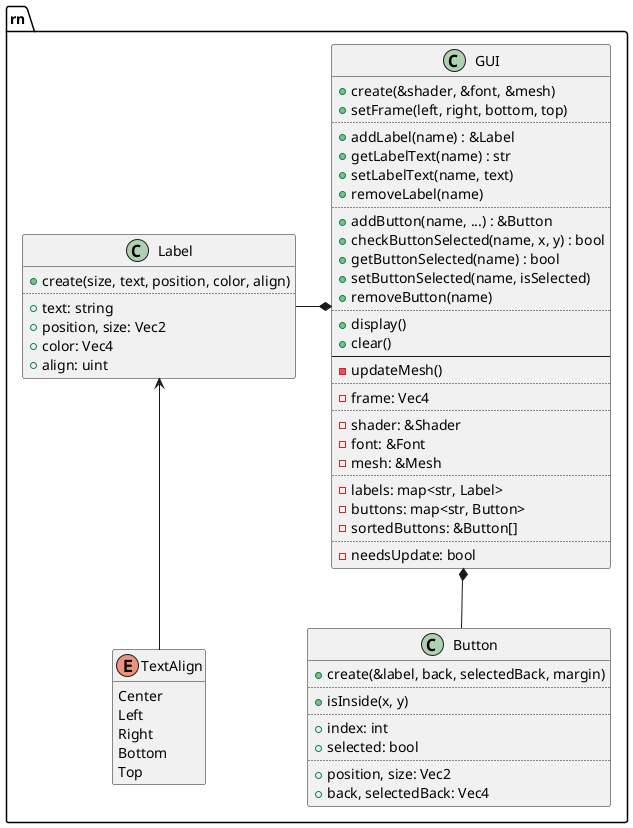
This is design/gui.png from ba6er/marblemaze, a PlantUML export, as it was before one commit.
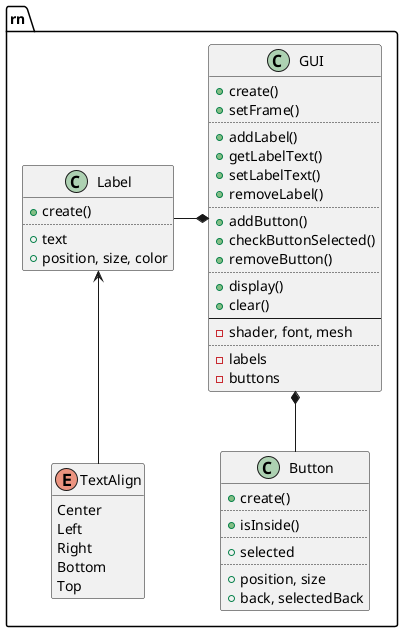
Above is the later version.

What changed in the source:
```diff
@@ -2,36 +2,25 @@
 set separator ::
 
 class rn::GUI {
-	+create(&shader, &font, &mesh)
-	+setFrame(left, right, bottom, top)
+	+create()
+	+setFrame()
 	..
-	+addLabel(name) : &Label
-	+getLabelText(name) : str
-	+setLabelText(name, text)
-	+removeLabel(name)
+	+addLabel()
+	+getLabelText()
+	+setLabelText()
+	+removeLabel()
 	..
-	+addButton(name, ...) : &Button
-	+checkButtonSelected(name, x, y) : bool
-	+getButtonSelected(name) : bool
-	+setButtonSelected(name, isSelected)
-	+removeButton(name)
+	+addButton()
+	+checkButtonSelected()
+	+removeButton()
 	..
 	+display()
 	+clear()
 	--
-	-updateMesh()
+	-shader, font, mesh
 	..
-	-frame: Vec4
-	..
-	-shader: &Shader
-	-font: &Font
-	-mesh: &Mesh
-	..
-	-labels: map<str, Label>
-	-buttons: map<str, Button>
-	-sortedButtons: &Button[]
-	..
-	-needsUpdate: bool
+	-labels
+	-buttons
 }
 
 enum rn::TextAlign {
@@ -44,24 +33,21 @@
 hide TextAlign methods
 
 class rn::Label {
-	+create(size, text, position, color, align)
+	+create()
 	..
-	+text: string
-	+position, size: Vec2
-	+color: Vec4
-	+align: uint
+	+text
+	+position, size, color
 }
 
 class rn::Button {
-	+create(&label, back, selectedBack, margin)
+	+create()
 	..
-	+isInside(x, y)
+	+isInside()
 	..
-	+index: int
-	+selected: bool
+	+selected
 	..
-	+position, size: Vec2
-	+back, selectedBack: Vec4
+	+position, size
+	+back, selectedBack
 }
 
 Label <-- TextAlign
```
